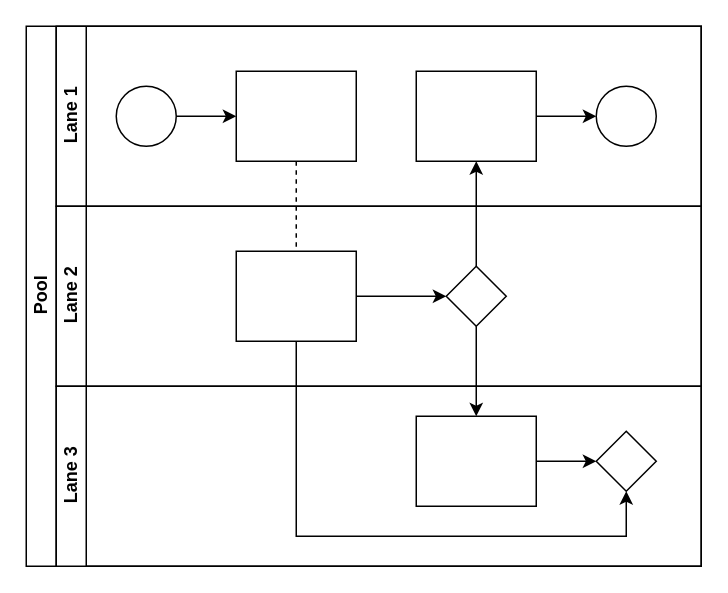
Above: atividades-3/Diagrama sem nome.drawio in devtnascimento/modelagem (draw.io), before the change. Source tidied: cells renumbered, new cells numbered last; positions are measured from the earlier drawing's top-left corner, leaving out a move shared by most shapes. Both pictures are drawn from the tidied source at 150%, with x=0, y=0 at pixel (26, 26).
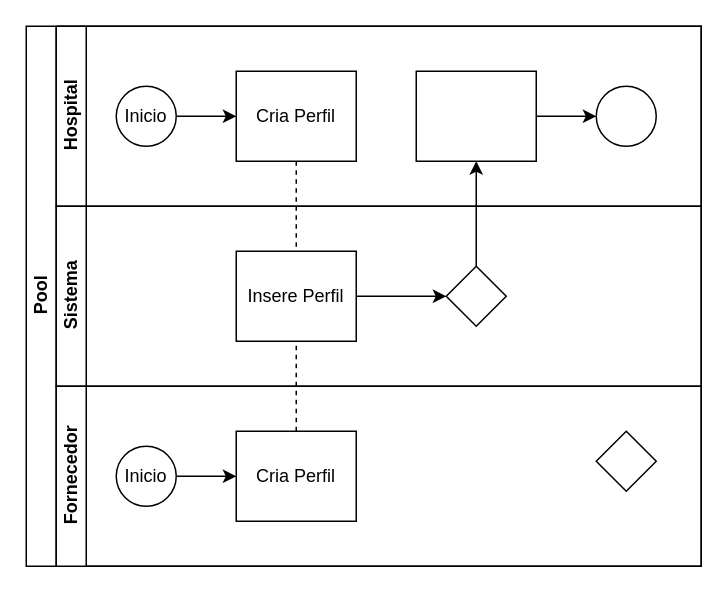
Above is the later version.

The change refers to these unchanged cells:
```xml
<mxCell id="2" value="Pool" style="swimlane;html=1;horizontal=0;startSize=20;" parent="1" vertex="1">
  <mxGeometry width="450" height="360" as="geometry" />
</mxCell>
<mxCell id="17" style="rhombus;whiteSpace=wrap;html=1;fontFamily=Helvetica;fontSize=12;fontColor=#000000;align=center;" parent="14" vertex="1">
  <mxGeometry x="260" y="40" width="40" height="40" as="geometry" />
</mxCell>
<mxCell id="21" style="rhombus;whiteSpace=wrap;html=1;fontFamily=Helvetica;fontSize=12;fontColor=#000000;align=center;" parent="18" vertex="1">
  <mxGeometry x="360" y="30" width="40" height="40" as="geometry" />
</mxCell>
```

Change to the diagram source:
```diff
@@
-    <mxCell id="5" style="edgeStyle=orthogonalEdgeStyle;rounded=0;jettySize=auto;html=1;endArrow=classic;endFill=1;" parent="2" edge="1" source="17" target="20">
-      <mxGeometry relative="1" as="geometry" />
-    </mxCell>
-    <mxCell id="6" style="edgeStyle=orthogonalEdgeStyle;rounded=0;jettySize=auto;html=1;endArrow=classic;endFill=1;" parent="2" edge="1" source="16" target="21">
-      <mxGeometry relative="1" as="geometry">
-        <Array as="points">
-          <mxPoint x="180" y="340" />
-          <mxPoint x="400" y="340" />
-        </Array>
-      </mxGeometry>
-    </mxCell>
-    <mxCell id="7" value="Lane 1" style="swimlane;html=1;startSize=20;horizontal=0;" parent="2" vertex="1">
+    <mxCell id="7" value="Hospital" style="swimlane;html=1;startSize=20;horizontal=0;" parent="2" vertex="1">
       <mxGeometry x="20" width="430" height="120" as="geometry" />
     </mxCell>
@@
-    <mxCell id="9" style="ellipse;whiteSpace=wrap;html=1;" parent="7" vertex="1">
+    <mxCell id="9" value="Inicio" style="ellipse;whiteSpace=wrap;html=1;" parent="7" vertex="1">
       <mxGeometry x="40" y="40" width="40" height="40" as="geometry" />
     </mxCell>
-    <mxCell id="10" style="rounded=0;whiteSpace=wrap;html=1;fontFamily=Helvetica;fontSize=12;fontColor=#000000;align=center;" parent="7" vertex="1">
+    <mxCell id="10" value="Cria Perfil" style="rounded=0;whiteSpace=wrap;html=1;fontFamily=Helvetica;fontSize=12;fontColor=#000000;align=center;" parent="7" vertex="1">
       <mxGeometry x="120" y="30" width="80" height="60" as="geometry" />
     </mxCell>
@@
-    <mxCell id="14" value="Lane 2" style="swimlane;html=1;startSize=20;horizontal=0;" parent="2" vertex="1">
+    <mxCell id="14" value="Sistema" style="swimlane;html=1;startSize=20;horizontal=0;" parent="2" vertex="1">
       <mxGeometry x="20" y="120" width="430" height="120" as="geometry" />
     </mxCell>
@@
-    <mxCell id="16" style="rounded=0;whiteSpace=wrap;html=1;fontFamily=Helvetica;fontSize=12;fontColor=#000000;align=center;" parent="14" vertex="1">
+    <mxCell id="16" value="Insere Perfil" style="rounded=0;whiteSpace=wrap;html=1;fontFamily=Helvetica;fontSize=12;fontColor=#000000;align=center;" parent="14" vertex="1">
       <mxGeometry x="120" y="30" width="80" height="60" as="geometry" />
     </mxCell>
@@
-    <mxCell id="18" value="Lane 3" style="swimlane;html=1;startSize=20;horizontal=0;" parent="2" vertex="1">
+    <mxCell id="18" value="Fornecedor" style="swimlane;html=1;startSize=20;horizontal=0;" parent="2" vertex="1">
       <mxGeometry x="20" y="240" width="430" height="120" as="geometry" />
     </mxCell>
-    <mxCell id="19" style="edgeStyle=orthogonalEdgeStyle;rounded=0;jettySize=auto;html=1;endArrow=classic;endFill=1;" parent="18" edge="1" source="20" target="21">
-      <mxGeometry relative="1" as="geometry" />
-    </mxCell>
-    <mxCell id="20" style="rounded=0;whiteSpace=wrap;html=1;fontFamily=Helvetica;fontSize=12;fontColor=#000000;align=center;" parent="18" vertex="1">
-      <mxGeometry x="240" y="20" width="80" height="60" as="geometry" />
+    <mxCell id="20" value="Cria Perfil" style="rounded=0;whiteSpace=wrap;html=1;fontFamily=Helvetica;fontSize=12;fontColor=#000000;align=center;" parent="18" vertex="1">
+      <mxGeometry x="120" y="30" width="80" height="60" as="geometry" />
     </mxCell>
@@
+    <mxCell id="22" style="edgeStyle=orthogonalEdgeStyle;rounded=0;jettySize=auto;html=1;entryX=0;entryY=0.5;entryDx=0;entryDy=0;" parent="18" edge="1" source="23" target="20">
+      <mxGeometry relative="1" as="geometry" />
+    </mxCell>
+    <mxCell id="23" value="Inicio" style="ellipse;whiteSpace=wrap;html=1;" parent="18" vertex="1">
+      <mxGeometry x="40" y="40" width="40" height="40" as="geometry" />
+    </mxCell>
+    <mxCell id="24" style="endArrow=none;dashed=1;html=1;rounded=0;exitX=0.5;exitY=0;exitDx=0;exitDy=0;entryX=0.5;entryY=1;entryDx=0;entryDy=0;" parent="2" edge="1" source="20" target="16">
+      <mxGeometry relative="1" as="geometry" />
+    </mxCell>
```
